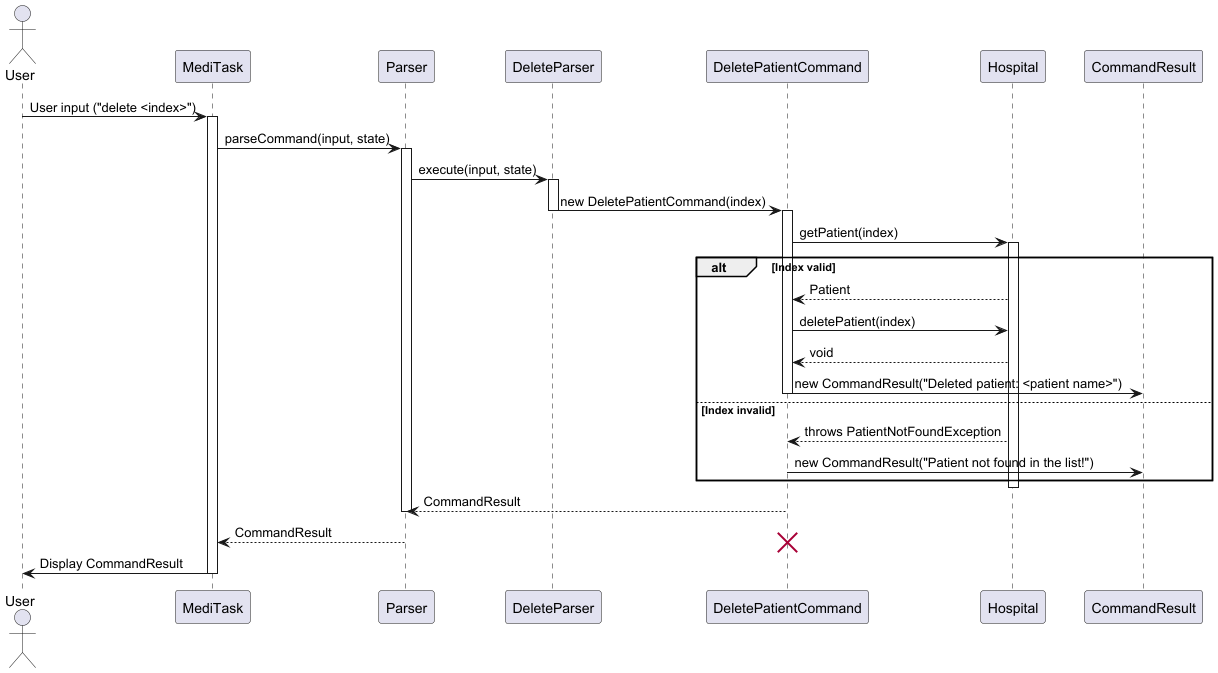
The PlantUML diagram docs/images/DeletePatientSequenceDiagram.png in nus-cs2113-AY2425S1/tp, before a commit. Source of this version:
```plantuml
@startuml

actor User
participant MediTask
participant Parser
participant DeleteParser
participant DeletePatientCommand
participant Hospital
participant CommandResult

User -> MediTask : User input ("delete <index>")
activate MediTask

MediTask -> Parser : parseCommand(input, state)
activate Parser

Parser -> DeleteParser : execute(input, state)
activate DeleteParser

DeleteParser -> DeletePatientCommand : new DeletePatientCommand(index)
deactivate DeleteParser
activate DeletePatientCommand

DeletePatientCommand -> Hospital : getPatient(index)
activate Hospital

alt Index valid
    Hospital --> DeletePatientCommand : Patient
    DeletePatientCommand -> Hospital : deletePatient(index)
    Hospital --> DeletePatientCommand : void

    DeletePatientCommand -> CommandResult : new CommandResult("Deleted patient: <patient name>")
    deactivate DeletePatientCommand
else Index invalid
    Hospital --> DeletePatientCommand : throws PatientNotFoundException
    DeletePatientCommand -> CommandResult : new CommandResult("Patient not found in the list!")
    deactivate DeletePatientCommand
end

deactivate Hospital

Parser <-- DeletePatientCommand : CommandResult
deactivate Parser

MediTask <-- Parser : CommandResult
destroy DeletePatientCommand
MediTask -> User : Display CommandResult

deactivate MediTask

@enduml
```
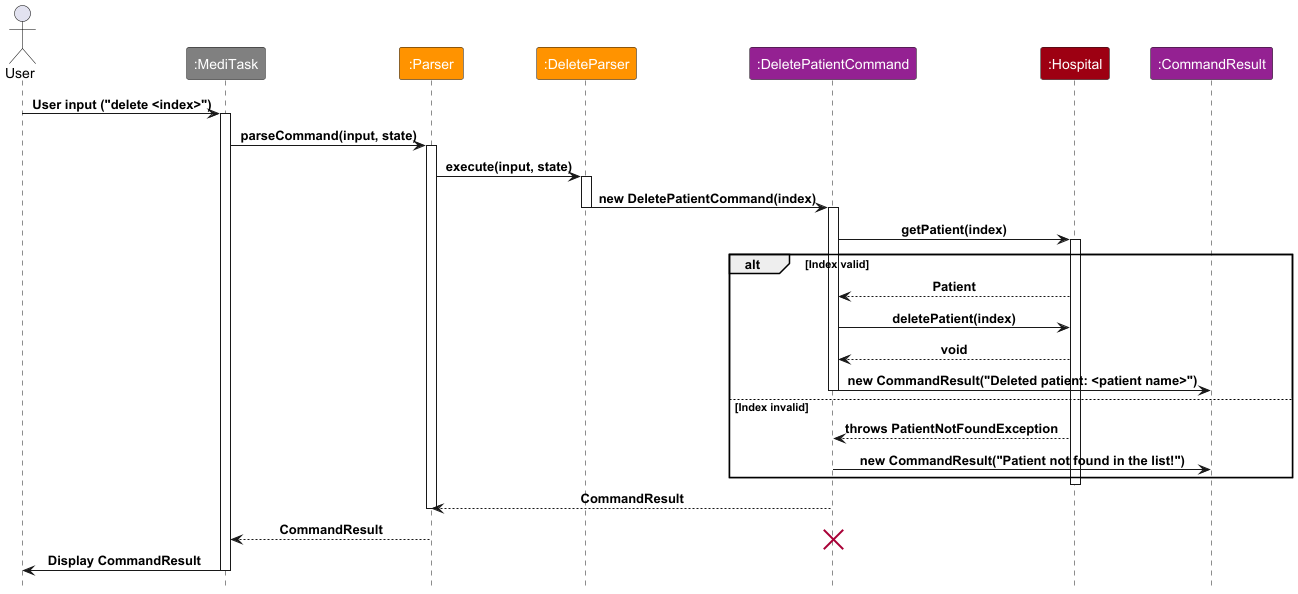
After the change.

The edit, as a diff of the source:
```diff
@@ -1,12 +1,15 @@
 @startuml
 
+!include style.puml
+skinparam ArrowFormatStyle plain
+
 actor User
-participant MediTask
-participant Parser
-participant DeleteParser
-participant DeletePatientCommand
-participant Hospital
-participant CommandResult
+participant ":MediTask" as MediTask MAIN_COLOR
+participant ":Parser" as Parser PARSER_COLOR
+participant ":DeleteParser" as DeleteParser PARSER_COLOR
+participant ":DeletePatientCommand" as DeletePatientCommand COMMAND_COLOR
+participant ":Hospital" as Hospital DATA_COLOR
+participant ":CommandResult" as CommandResult COMMAND_COLOR
 
 User -> MediTask : User input ("delete <index>")
 activate MediTask
```
